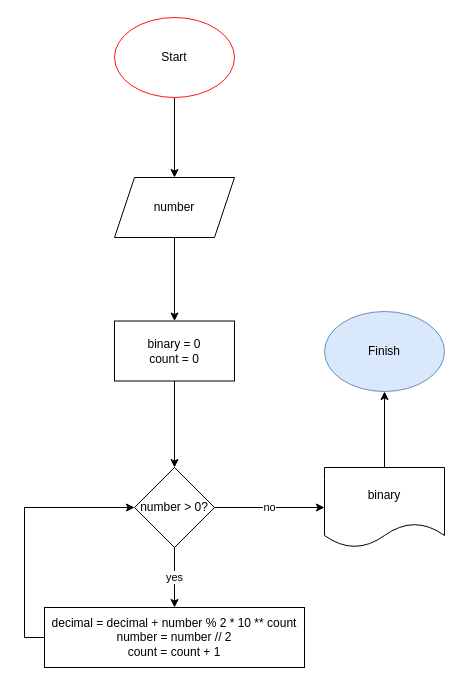
The draw.io diagram decimal_to_binary.drawio in yourenoticed/gb, before the edit. Source tidied: cells renumbered, new cells numbered last; positions are measured from the earlier drawing's top-left corner, leaving out a move shared by most shapes. Both pictures are drawn from the tidied source at 100%, with x=0, y=0 at pixel (24, 17).
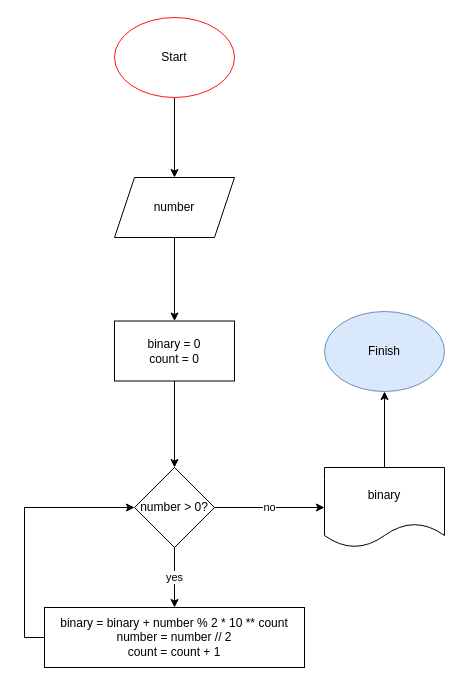
The same diagram, later.

The edit, as a diff of the source:
```diff
@@
 <mxGraphModel>
   <root>
     <mxCell id="0" />
     <mxCell id="1" parent="0" />
     <mxCell id="2" style="edgeStyle=orthogonalEdgeStyle;rounded=0;jettySize=auto;html=1;" parent="1" edge="1" source="3" target="5">
       <mxGeometry relative="1" as="geometry" />
     </mxCell>
     <mxCell id="3" value="Start" style="ellipse;whiteSpace=wrap;html=1;strokeColor=#FF1414;" parent="1" vertex="1">
       <mxGeometry x="90" width="120" height="80" as="geometry" />
     </mxCell>
     <mxCell id="4" style="edgeStyle=orthogonalEdgeStyle;rounded=0;jettySize=auto;html=1;" parent="1" edge="1" source="5" target="7">
       <mxGeometry relative="1" as="geometry" />
     </mxCell>
     <mxCell id="5" value="number" style="shape=parallelogram;perimeter=parallelogramPerimeter;whiteSpace=wrap;html=1;fixedSize=1;" parent="1" vertex="1">
       <mxGeometry x="90" y="160" width="120" height="60" as="geometry" />
     </mxCell>
     <mxCell id="6" style="edgeStyle=orthogonalEdgeStyle;rounded=0;jettySize=auto;html=1;" parent="1" edge="1" source="7" target="10">
       <mxGeometry relative="1" as="geometry" />
     </mxCell>
     <mxCell id="7" value="binary = 0&lt;br&gt;count = 0" style="rounded=0;whiteSpace=wrap;html=1;" parent="1" vertex="1">
       <mxGeometry x="90" y="303.5" width="120" height="60" as="geometry" />
     </mxCell>
     <mxCell id="8" value="no" style="edgeStyle=orthogonalEdgeStyle;rounded=0;jettySize=auto;html=1;" parent="1" edge="1" source="10" target="12">
       <mxGeometry relative="1" as="geometry" />
     </mxCell>
     <mxCell id="9" value="yes" style="edgeStyle=orthogonalEdgeStyle;rounded=0;jettySize=auto;html=1;" parent="1" edge="1" source="10" target="14">
       <mxGeometry relative="1" as="geometry" />
     </mxCell>
     <mxCell id="10" value="number &amp;gt; 0?" style="rhombus;whiteSpace=wrap;html=1;" parent="1" vertex="1">
       <mxGeometry x="110" y="450" width="80" height="80" as="geometry" />
     </mxCell>
     <mxCell id="11" style="edgeStyle=orthogonalEdgeStyle;rounded=0;jettySize=auto;html=1;" parent="1" edge="1" source="12" target="15">
       <mxGeometry relative="1" as="geometry" />
     </mxCell>
     <mxCell id="12" value="binary" style="shape=document;whiteSpace=wrap;html=1;boundedLbl=1;" parent="1" vertex="1">
       <mxGeometry x="300" y="450" width="120" height="80" as="geometry" />
     </mxCell>
     <mxCell id="13" style="edgeStyle=orthogonalEdgeStyle;rounded=0;jettySize=auto;html=1;entryX=0;entryY=0.5;entryDx=0;entryDy=0;" parent="1" edge="1" source="14" target="10">
       <mxGeometry relative="1" as="geometry">
         <Array as="points">
           <mxPoint y="620" />
           <mxPoint y="490" />
         </Array>
       </mxGeometry>
     </mxCell>
-    <mxCell id="14" value="decimal = decimal + number % 2 * 10 ** count&lt;br&gt;number = number // 2&lt;br&gt;count = count + 1" style="rounded=0;whiteSpace=wrap;html=1;" parent="1" vertex="1">
+    <mxCell id="14" value="binary = binary + number % 2 * 10 ** count&lt;br&gt;number = number // 2&lt;br&gt;count = count + 1" style="rounded=0;whiteSpace=wrap;html=1;" parent="1" vertex="1">
       <mxGeometry x="20" y="590" width="260" height="60" as="geometry" />
     </mxCell>
     <mxCell id="15" value="Finish" style="ellipse;whiteSpace=wrap;html=1;fillColor=#dae8fc;strokeColor=#6c8ebf;" parent="1" vertex="1">
       <mxGeometry x="300" y="294" width="120" height="80" as="geometry" />
     </mxCell>
   </root>
 </mxGraphModel>
```
